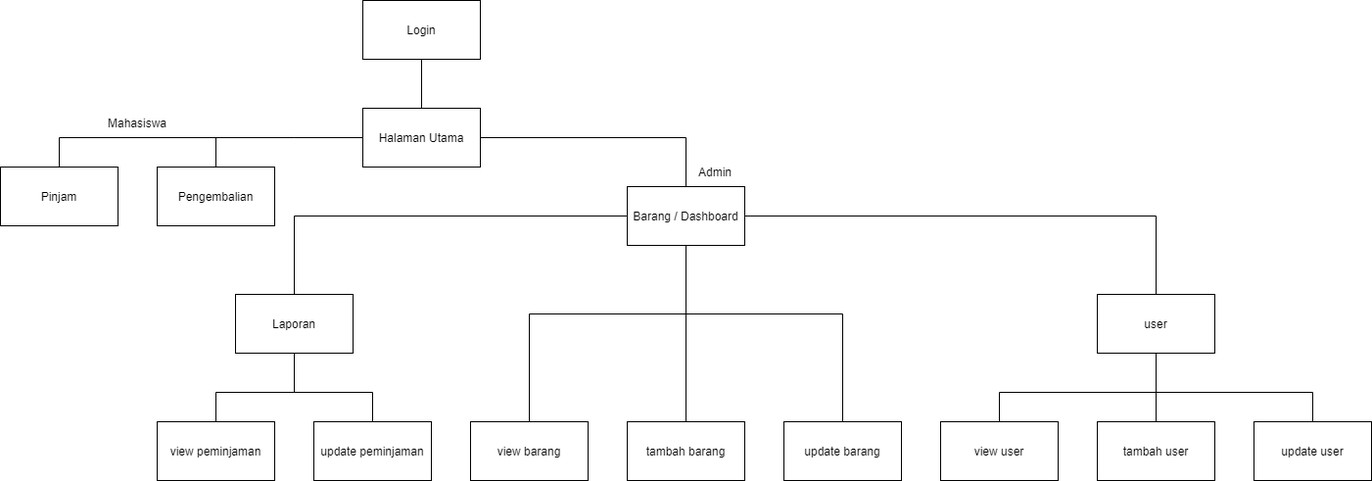
Before: Rancangan Arsitektur - revisi/rancangan arsitektur inventory kampus.drawio.png, a diagram exported from draw.io (ZarelLast/Tugas_MDPL_Praktik). Source tidied: cells renumbered, new cells last; positions are measured from the earlier drawing's top-left corner, leaving out a move shared by most shapes.
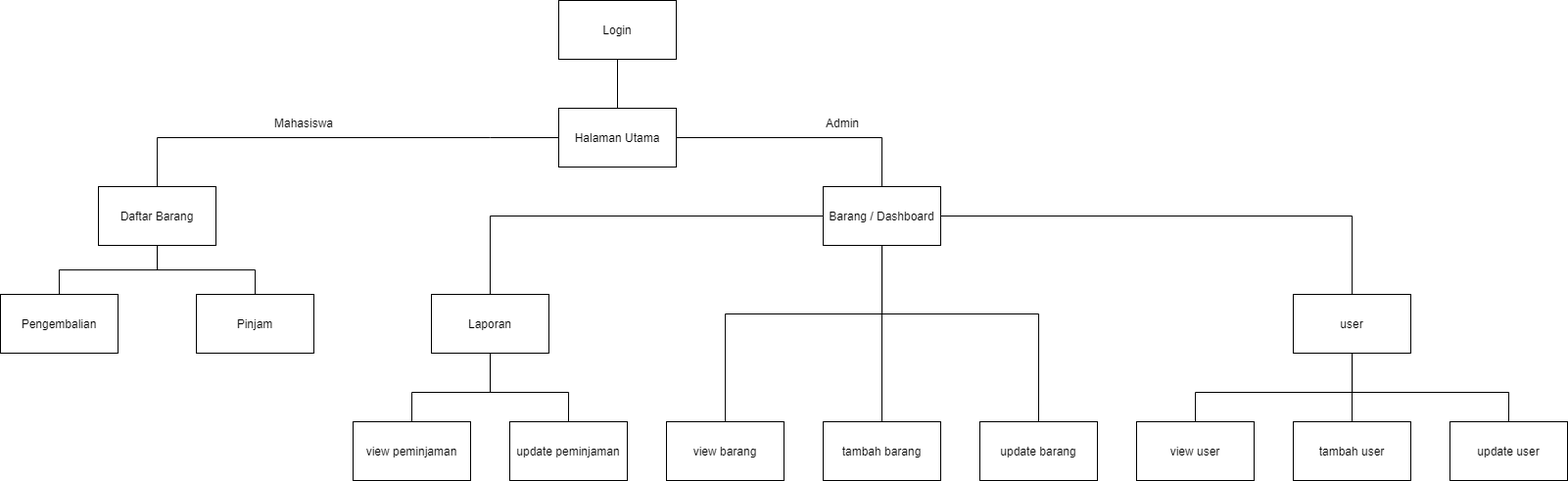
The same diagram one commit later.

Change to the diagram source:
```diff
@@ -107,16 +107,9 @@
         </Array>
       </mxGeometry>
     </mxCell>
-    <mxCell id="24" style="edgeStyle=orthogonalEdgeStyle;rounded=0;jettySize=auto;html=1;labelBackgroundColor=default;fontColor=default;endArrow=none;endFill=0;strokeColor=default;" parent="1" edge="1" source="26" target="28">
-      <mxGeometry relative="1" as="geometry">
-        <Array as="points">
-          <mxPoint x="300" y="140" />
-          <mxPoint x="220" y="140" />
-        </Array>
-      </mxGeometry>
-    </mxCell>
-    <mxCell id="25" style="edgeStyle=orthogonalEdgeStyle;rounded=0;jettySize=auto;html=1;entryX=0.5;entryY=0;entryDx=0;entryDy=0;labelBackgroundColor=default;fontColor=default;endArrow=none;endFill=0;strokeColor=default;" parent="1" edge="1" source="26" target="27">
+    <mxCell id="25" style="edgeStyle=orthogonalEdgeStyle;rounded=0;jettySize=auto;html=1;entryX=0.5;entryY=0;entryDx=0;entryDy=0;labelBackgroundColor=default;fontColor=default;endArrow=none;endFill=0;strokeColor=default;" parent="1" edge="1" source="26">
       <mxGeometry relative="1" as="geometry">
+        <mxPoint x="-40" y="200" as="targetPoint" />
         <Array as="points">
           <mxPoint x="300" y="140" />
           <mxPoint x="60" y="140" />
@@ -126,12 +119,6 @@
     <mxCell id="26" value="Halaman Utama" style="rounded=0;whiteSpace=wrap;html=1;labelBackgroundColor=default;fontColor=default;strokeColor=default;fillColor=default;" parent="1" vertex="1">
       <mxGeometry x="370" y="110" width="120" height="60" as="geometry" />
     </mxCell>
-    <mxCell id="27" value="Pinjam" style="rounded=0;whiteSpace=wrap;html=1;labelBackgroundColor=default;fontColor=default;strokeColor=default;fillColor=default;" parent="1" vertex="1">
-      <mxGeometry y="170" width="120" height="60" as="geometry" />
-    </mxCell>
-    <mxCell id="28" value="Pengembalian" style="rounded=0;whiteSpace=wrap;html=1;labelBackgroundColor=default;fontColor=default;strokeColor=default;fillColor=default;" parent="1" vertex="1">
-      <mxGeometry x="160" y="170" width="120" height="60" as="geometry" />
-    </mxCell>
     <mxCell id="29" style="edgeStyle=orthogonalEdgeStyle;rounded=0;jettySize=auto;html=1;entryX=0.5;entryY=0;entryDx=0;entryDy=0;endArrow=none;endFill=0;" parent="1" edge="1" source="30" target="26">
       <mxGeometry relative="1" as="geometry" />
     </mxCell>
@@ -139,10 +126,25 @@
       <mxGeometry x="370" width="120" height="60" as="geometry" />
     </mxCell>
     <mxCell id="31" value="Admin" style="text;html=1;strokeColor=none;fillColor=none;align=center;verticalAlign=middle;whiteSpace=wrap;rounded=0;" parent="1" vertex="1">
-      <mxGeometry x="700" y="160" width="60" height="30" as="geometry" />
+      <mxGeometry x="630" y="110" width="60" height="30" as="geometry" />
     </mxCell>
     <mxCell id="32" value="Mahasiswa" style="text;html=1;strokeColor=none;fillColor=none;align=center;verticalAlign=middle;whiteSpace=wrap;rounded=0;" parent="1" vertex="1">
-      <mxGeometry x="110" y="110" width="60" height="30" as="geometry" />
+      <mxGeometry x="80" y="110" width="60" height="30" as="geometry" />
     </mxCell>
+    <mxCell id="33" style="edgeStyle=orthogonalEdgeStyle;rounded=0;jettySize=auto;html=1;entryX=0.5;entryY=0;entryDx=0;entryDy=0;endArrow=none;endFill=0;" parent="1" edge="1" source="35" target="28">
+      <mxGeometry relative="1" as="geometry" />
+    </mxCell>
+    <mxCell id="34" style="edgeStyle=orthogonalEdgeStyle;rounded=0;jettySize=auto;html=1;entryX=0.5;entryY=0;entryDx=0;entryDy=0;endArrow=none;endFill=0;" parent="1" edge="1" source="35" target="27">
+      <mxGeometry relative="1" as="geometry" />
+    </mxCell>
+    <mxCell id="35" value="Daftar Barang" style="rounded=0;whiteSpace=wrap;html=1;labelBackgroundColor=default;fontColor=default;strokeColor=default;fillColor=default;" parent="1" vertex="1">
+      <mxGeometry x="-100" y="190" width="120" height="60" as="geometry" />
+    </mxCell>
+    <mxCell id="28" value="Pengembalian" style="rounded=0;whiteSpace=wrap;html=1;labelBackgroundColor=default;fontColor=default;strokeColor=default;fillColor=default;" parent="1" vertex="1">
+      <mxGeometry x="-200" y="300" width="120" height="60" as="geometry" />
+    </mxCell>
+    <mxCell id="27" value="Pinjam" style="rounded=0;whiteSpace=wrap;html=1;labelBackgroundColor=default;fontColor=default;strokeColor=default;fillColor=default;" parent="1" vertex="1">
+      <mxGeometry y="300" width="120" height="60" as="geometry" />
+    </mxCell>
   </root>
 </mxGraphModel>
```
